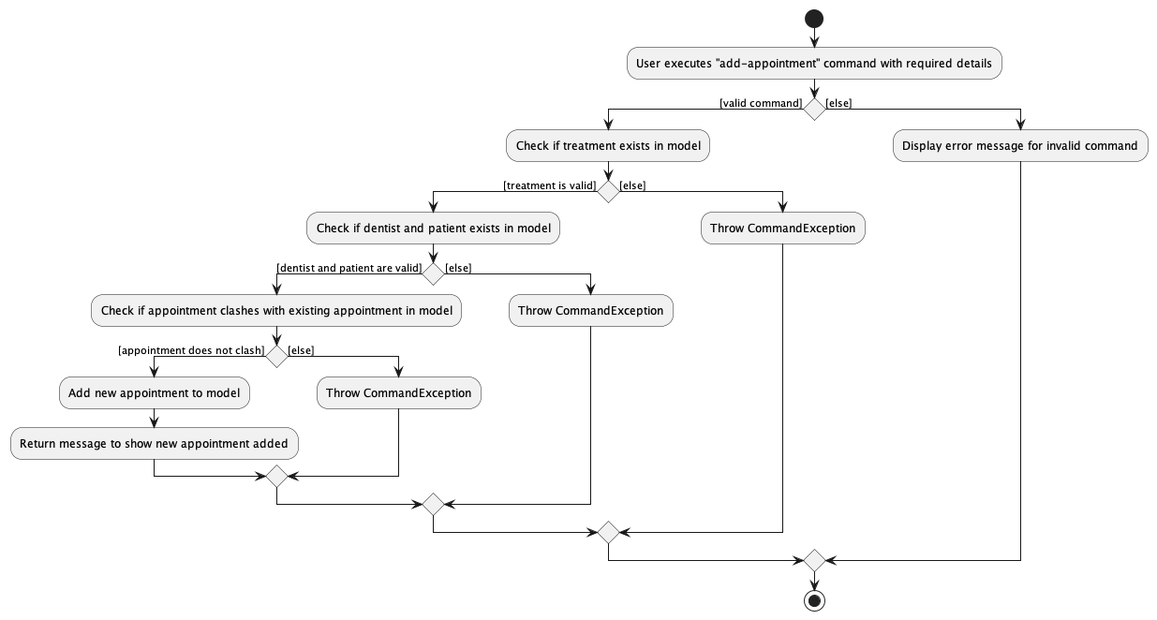
This is docs/images/AddAppointmentActivityDiagram.png from techjay-c/tp, a PlantUML export, as it was before one commit. The source it was exported from:
```plantuml
@startuml
start
:User executes "add-appointment" command with required details;

if () then ([valid command])
  :Check if treatment exists in model;

    if () then ([treatment is valid])
      :Check if dentist and patient exists in model;

      if () then ([dentist and patient are valid])
        :Check if appointment clashes with existing appointment in model;
            if () then ([appointment does not clash])
                :Add new appointment to model;
                :Return message to show new appointment added;
            else ([else])
                :Throw CommandException;
            endif

      else ([else])
        :Throw CommandException;
     endif

    else ([else])
      :Throw CommandException;
    endif

else ([else])
    :Display error message for invalid command;
endif

stop
@enduml
```
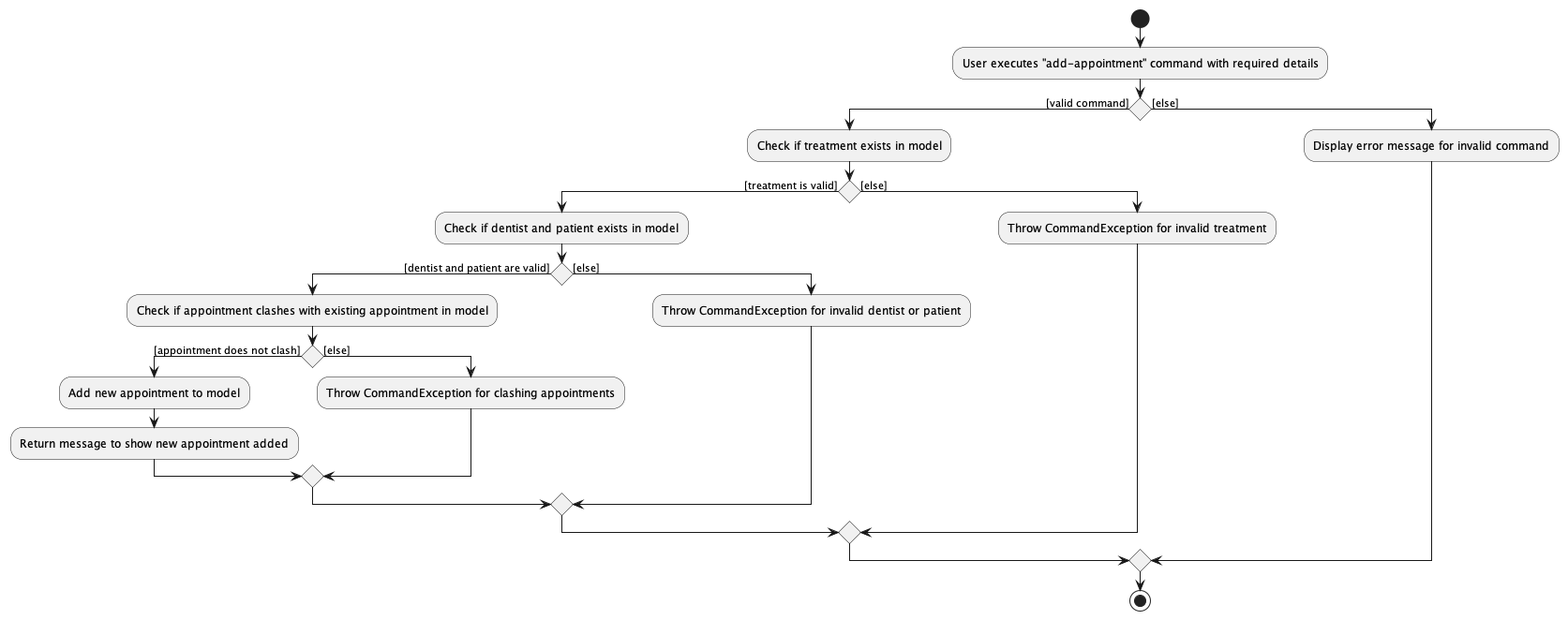
The same diagram one commit later.

Change to the diagram source:
```diff
@@ -14,15 +14,15 @@
                 :Add new appointment to model;
                 :Return message to show new appointment added;
             else ([else])
-                :Throw CommandException;
+                :Throw CommandException for clashing appointments;
             endif
 
       else ([else])
-        :Throw CommandException;
+        :Throw CommandException for invalid dentist or patient;
      endif
 
     else ([else])
-      :Throw CommandException;
+      :Throw CommandException for invalid treatment;
     endif
 
 else ([else])
```
